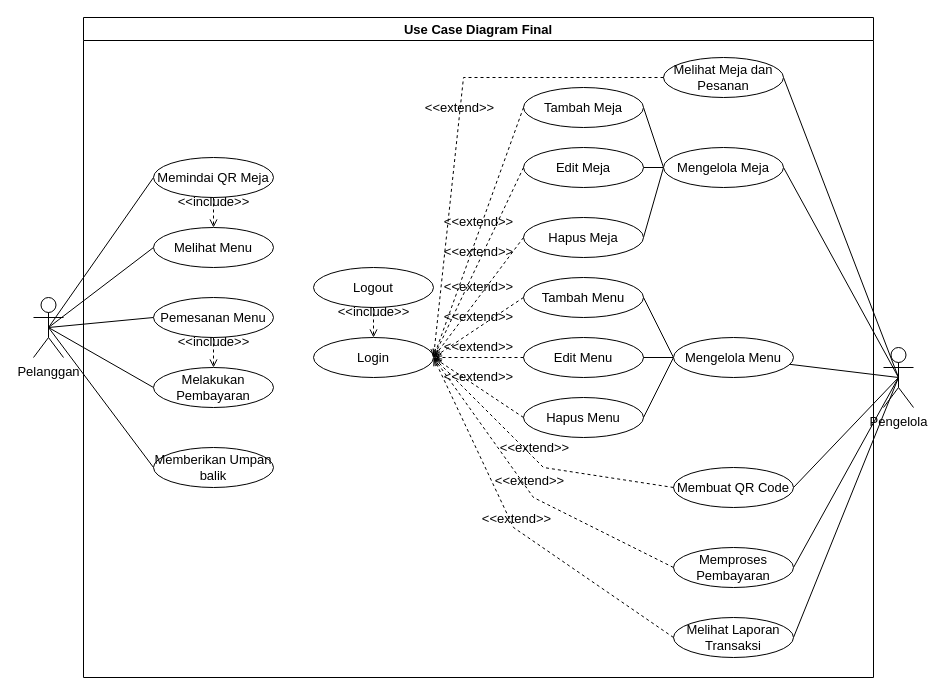
Earlier version of the draw.io diagram Docs/Use Case/final diagram.drawio (gustitriprayoga/Sistem-Pembayaran-QR). Source tidied: cells renumbered, new cells numbered last; positions are measured from the earlier drawing's top-left corner, leaving out a move shared by most shapes. Both pictures are drawn from the tidied source at 100%, with x=0, y=0 at pixel (33, 17).
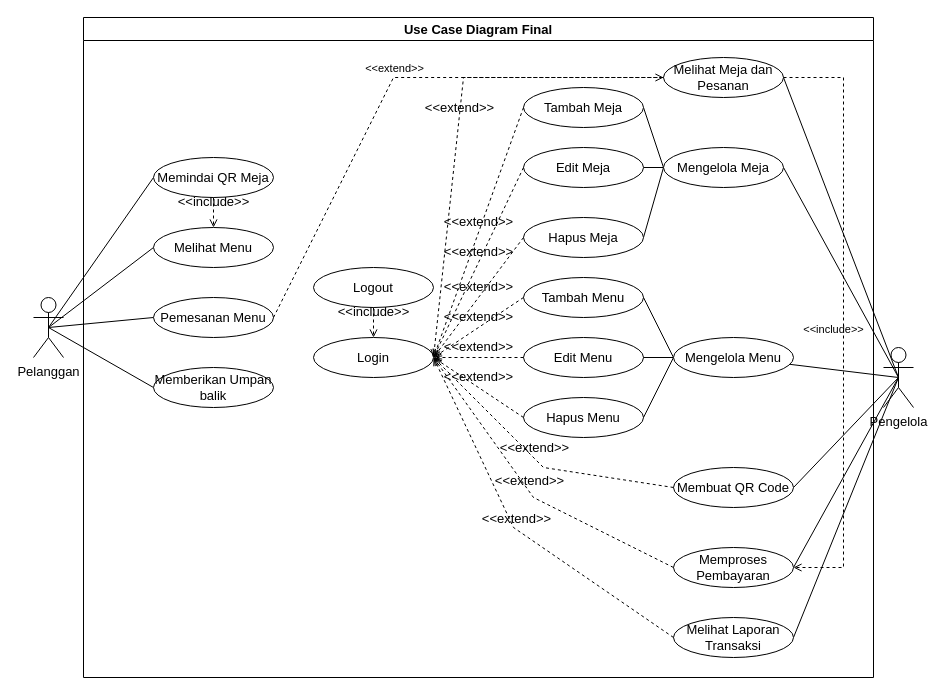
Above is the later version.

The change refers to these unchanged cells:
```xml
<mxCell id="7" value="Pelanggan" style="shape=umlActor;verticalLabelPosition=bottom;verticalAlign=top;html=1;outlineConnect=0;fontSize=13;" parent="1" vertex="1">
  <mxGeometry y="280" width="30" height="60" as="geometry" />
</mxCell>
<mxCell id="21" value="Pemesanan Menu" style="ellipse;whiteSpace=wrap;html=1;fontSize=13;" parent="1" vertex="1">
  <mxGeometry x="120" y="280" width="120" height="40" as="geometry" />
</mxCell>
<mxCell id="29" value="Memproses Pembayaran" style="ellipse;whiteSpace=wrap;html=1;fontSize=13;" parent="1" vertex="1">
  <mxGeometry x="640" y="530" width="120" height="40" as="geometry" />
</mxCell>
<mxCell id="35" value="Melihat Meja dan Pesanan" style="ellipse;whiteSpace=wrap;html=1;fontSize=13;" parent="1" vertex="1">
  <mxGeometry x="630" y="40" width="120" height="40" as="geometry" />
</mxCell>
<mxCell id="53" value="Use Case Diagram Final" style="swimlane;whiteSpace=wrap;html=1;fontSize=13;" parent="1" vertex="1">
  <mxGeometry x="50" width="790" height="660" as="geometry" />
</mxCell>
```

What changed in the source:
```diff
@@
-    <mxCell id="5" style="rounded=0;jettySize=auto;html=1;exitX=0.5;exitY=0.5;exitDx=0;exitDy=0;exitPerimeter=0;entryX=0;entryY=0.5;entryDx=0;entryDy=0;endArrow=none;startFill=0;fontSize=13;" parent="1" edge="1" source="7" target="26">
-      <mxGeometry relative="1" as="geometry" />
-    </mxCell>
@@
-    <mxCell id="26" value="Melakukan Pembayaran" style="ellipse;whiteSpace=wrap;html=1;fontSize=13;" parent="1" vertex="1">
-      <mxGeometry x="120" y="350" width="120" height="40" as="geometry" />
-    </mxCell>
-    <mxCell id="27" value="Memberikan Umpan balik" style="ellipse;whiteSpace=wrap;html=1;fontSize=13;" parent="1" vertex="1">
-      <mxGeometry x="120" y="430" width="120" height="40" as="geometry" />
-    </mxCell>
@@
-    <mxCell id="51" value="&amp;lt;&amp;lt;include&amp;gt;&amp;gt;" style="html=1;verticalAlign=bottom;labelBackgroundColor=none;endArrow=open;endFill=0;dashed=1;rounded=0;exitX=0.5;exitY=1;exitDx=0;exitDy=0;entryX=0.5;entryY=0;entryDx=0;entryDy=0;fontSize=13;" parent="1" edge="1" source="21" target="26">
-      <mxGeometry relative="1" as="geometry" />
-    </mxCell>
@@
+    <mxCell id="27" value="Memberikan Umpan balik" style="ellipse;whiteSpace=wrap;html=1;fontSize=13;" parent="53" vertex="1">
+      <mxGeometry x="70" y="350" width="120" height="40" as="geometry" />
+    </mxCell>
+    <mxCell id="54" value="&amp;lt;&amp;lt;extend&amp;gt;&amp;gt;" style="html=1;verticalAlign=bottom;labelBackgroundColor=none;endArrow=open;endFill=0;dashed=1;rounded=0;exitX=1;exitY=0.5;exitDx=0;exitDy=0;" parent="1" edge="1" source="21">
+      <mxGeometry relative="1" as="geometry">
+        <mxPoint x="630" y="60" as="targetPoint" />
+        <Array as="points">
+          <mxPoint x="360" y="60" />
+        </Array>
+      </mxGeometry>
+    </mxCell>
+    <mxCell id="51" value="&amp;lt;&amp;lt;include&amp;gt;&amp;gt;" style="html=1;verticalAlign=bottom;labelBackgroundColor=none;endArrow=open;endFill=0;dashed=1;rounded=0;exitX=1;exitY=0.5;exitDx=0;exitDy=0;entryX=1;entryY=0.5;entryDx=0;entryDy=0;" parent="1" edge="1" source="35" target="29">
+      <mxGeometry x="0.07" y="-10" relative="1" as="geometry">
+        <Array as="points">
+          <mxPoint x="810" y="60" />
+          <mxPoint x="810" y="310" />
+          <mxPoint x="810" y="550" />
+        </Array>
+      </mxGeometry>
+    </mxCell>
```
